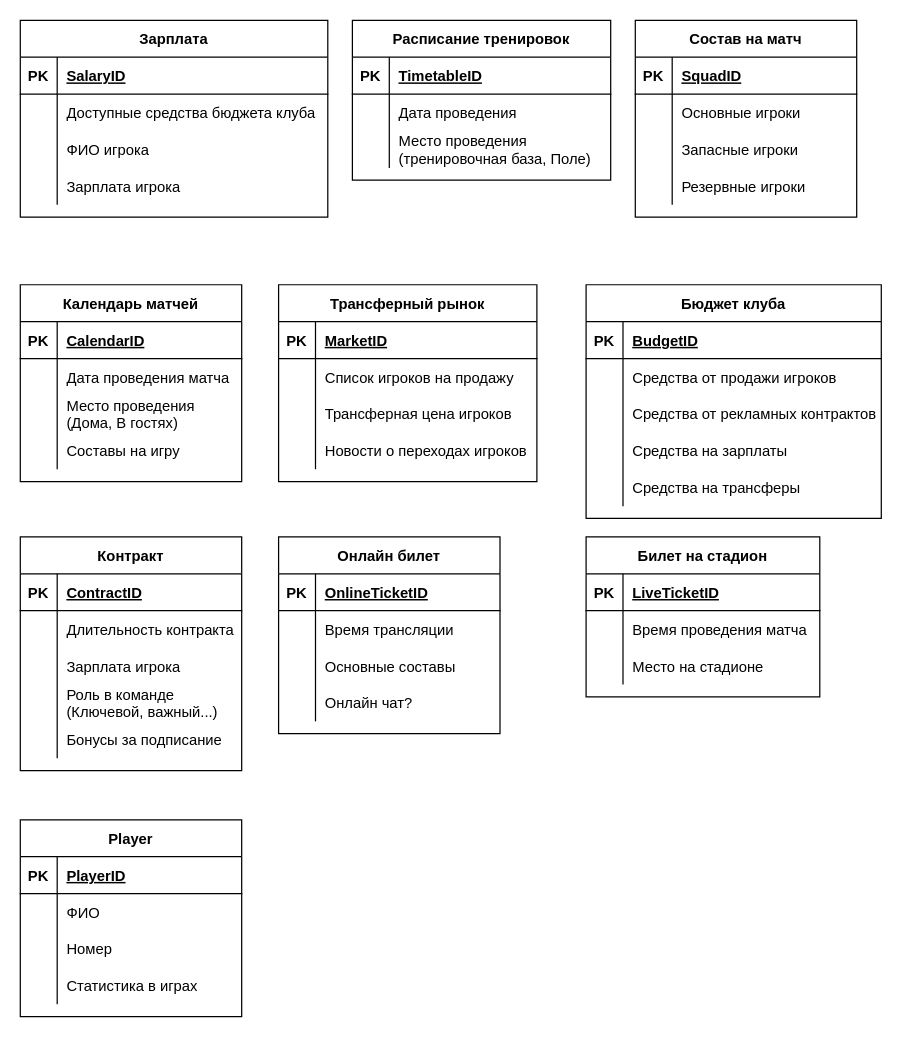
Alexsander996/football keeps this draw.io diagram as ER Diagramm beta11.drawio. Above is the earlier version. Source tidied: cells renumbered, new cells numbered last; positions are measured from the earlier drawing's top-left corner, leaving out a move shared by most shapes. Both pictures are drawn from the tidied source at 123%, with x=0, y=0 at pixel (20, 20).
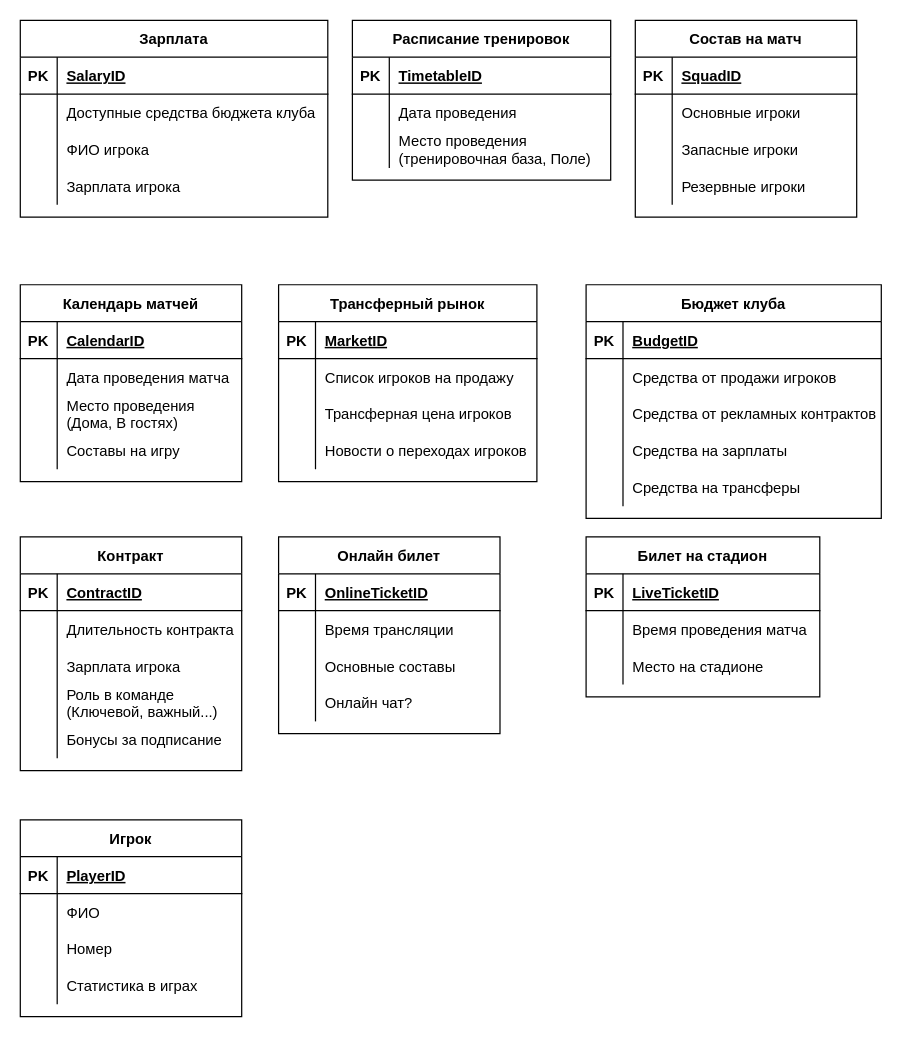
After the change.

Change to the diagram source:
```diff
@@
-    <mxCell id="119" value="Player" style="shape=table;startSize=30;childLayout=tableLayout;rowLines=0;fontStyle=1;align=center;" parent="1" vertex="1">
+    <mxCell id="119" value="Игрок" style="shape=table;startSize=30;childLayout=tableLayout;rowLines=0;fontStyle=1;align=center;" parent="1" vertex="1">
       <mxGeometry y="650" width="180" height="160" as="geometry" />
     </mxCell>
```
